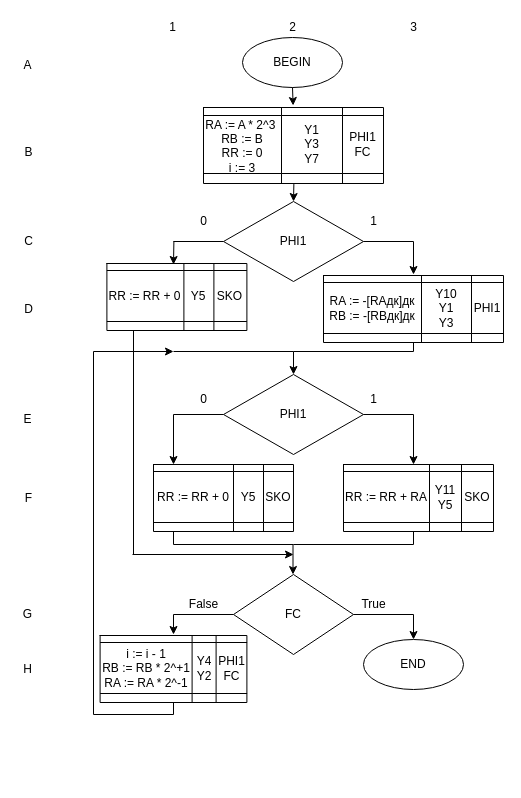
Before: Блок операций_2_Умножение_M_modified.drawio in TimurQQ/Workshop, a draw.io diagram. Source tidied: cells renumbered, new cells numbered last; positions are measured from the earlier drawing's top-left corner, leaving out a move shared by most shapes. Both pictures are drawn from the tidied source at 100%, with x=0, y=0 at pixel (17, 17).
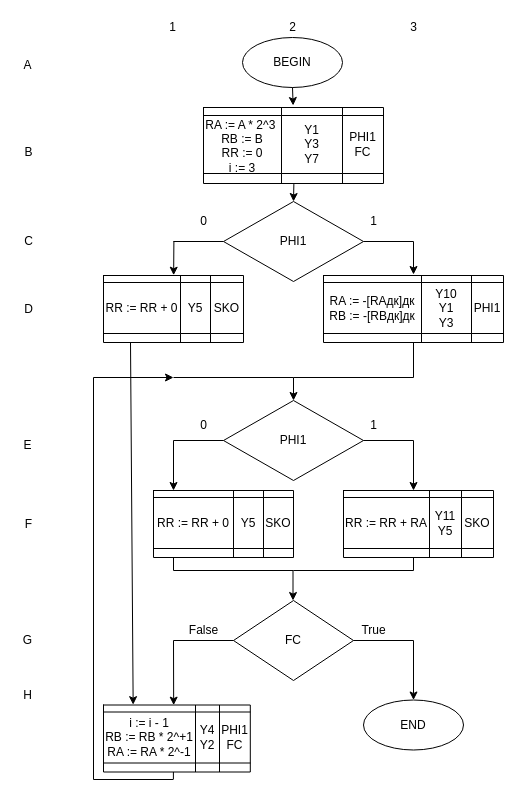
Above is the later version.

The change refers to these unchanged cells:
```xml
<mxCell id="103" style="shape=tableRow;horizontal=0;startSize=0;swimlaneHead=0;swimlaneBody=0;top=0;left=0;bottom=0;right=0;fillColor=none;points=[[0,0.5],[1,0.5]];portConstraint=eastwest;" parent="102" vertex="1">
  <mxGeometry width="146.8" height="7" as="geometry" />
</mxCell>
<mxCell id="116" style="shape=tableRow;horizontal=0;startSize=0;swimlaneHead=0;swimlaneBody=0;top=0;left=0;bottom=0;right=0;fillColor=none;points=[[0,0.5],[1,0.5]];portConstraint=eastwest;" parent="115" vertex="1">
  <mxGeometry width="140" height="7" as="geometry" />
</mxCell>
```

Change to the diagram source:
```diff
@@
     <mxCell id="6" style="endArrow=none;html=1;rounded=0;" parent="1" edge="1">
       <mxGeometry relative="1" as="geometry">
-        <mxPoint x="156" y="334" as="sourcePoint" />
-        <mxPoint x="276" y="334" as="targetPoint" />
+        <mxPoint x="156" y="360" as="sourcePoint" />
+        <mxPoint x="276" y="360" as="targetPoint" />
       </mxGeometry>
     </mxCell>
     <mxCell id="7" style="endArrow=classic;html=1;rounded=0;entryX=0.5;entryY=0;entryDx=0;entryDy=0;" parent="1" edge="1" target="12">
       <mxGeometry relative="1" as="geometry">
-        <mxPoint x="276" y="334" as="sourcePoint" />
+        <mxPoint x="276" y="360" as="sourcePoint" />
       </mxGeometry>
     </mxCell>
     <mxCell id="8" style="endArrow=none;html=1;rounded=0;entryX=0.5;entryY=1;entryDx=0;entryDy=0;" parent="1" edge="1">
       <mxGeometry relative="1" as="geometry">
-        <mxPoint x="396" y="334" as="sourcePoint" />
+        <mxPoint x="396" y="360" as="sourcePoint" />
         <mxPoint x="396" y="324" as="targetPoint" />
       </mxGeometry>
     </mxCell>
     <mxCell id="9" style="endArrow=none;html=1;rounded=0;" parent="1" edge="1">
       <mxGeometry relative="1" as="geometry">
-        <mxPoint x="276" y="334" as="sourcePoint" />
-        <mxPoint x="396" y="334" as="targetPoint" />
+        <mxPoint x="276" y="360" as="sourcePoint" />
+        <mxPoint x="396" y="360" as="targetPoint" />
       </mxGeometry>
     </mxCell>
@@
     <mxCell id="12" value="PHI1" style="rhombus;whiteSpace=wrap;html=1;strokeWidth=1;" parent="1" vertex="1">
-      <mxGeometry x="206" y="357" width="140" height="80" as="geometry" />
+      <mxGeometry x="206" y="383" width="140" height="80" as="geometry" />
     </mxCell>
     <mxCell id="13" style="endArrow=none;html=1;rounded=0;exitX=1;exitY=0.5;exitDx=0;exitDy=0;" parent="1" edge="1" source="12">
       <mxGeometry relative="1" as="geometry">
-        <mxPoint x="396" y="397" as="targetPoint" />
+        <mxPoint x="396" y="423" as="targetPoint" />
       </mxGeometry>
     </mxCell>
     <mxCell id="14" style="endArrow=none;html=1;rounded=0;exitX=0;exitY=0.5;exitDx=0;exitDy=0;" parent="1" edge="1" source="12">
       <mxGeometry relative="1" as="geometry">
-        <mxPoint x="156" y="397" as="targetPoint" />
+        <mxPoint x="156" y="423" as="targetPoint" />
       </mxGeometry>
     </mxCell>
     <mxCell id="15" value="1" style="text;html=1;align=center;verticalAlign=middle;strokeColor=none;fillColor=none;strokeWidth=1;" parent="1" vertex="1">
-      <mxGeometry x="346" y="372" width="20" height="20" as="geometry" />
+      <mxGeometry x="346" y="398" width="20" height="20" as="geometry" />
     </mxCell>
     <mxCell id="16" value="0" style="text;html=1;align=center;verticalAlign=middle;strokeColor=none;fillColor=none;" parent="1" vertex="1">
-      <mxGeometry x="176" y="372" width="20" height="20" as="geometry" />
+      <mxGeometry x="176" y="398" width="20" height="20" as="geometry" />
     </mxCell>
     <mxCell id="17" style="endArrow=classic;html=1;rounded=0;entryX=0.5;entryY=0;entryDx=0;entryDy=0;" parent="1" edge="1">
       <mxGeometry relative="1" as="geometry">
-        <mxPoint x="396" y="397" as="sourcePoint" />
-        <mxPoint x="396" y="447" as="targetPoint" />
+        <mxPoint x="396" y="423" as="sourcePoint" />
+        <mxPoint x="396" y="473" as="targetPoint" />
       </mxGeometry>
     </mxCell>
     <mxCell id="18" style="endArrow=classic;html=1;rounded=0;entryX=0.5;entryY=0;entryDx=0;entryDy=0;" parent="1" edge="1">
       <mxGeometry relative="1" as="geometry">
-        <mxPoint x="156" y="397" as="sourcePoint" />
-        <mxPoint x="156" y="447" as="targetPoint" />
+        <mxPoint x="156" y="423" as="sourcePoint" />
+        <mxPoint x="156" y="473" as="targetPoint" />
       </mxGeometry>
     </mxCell>
     <mxCell id="19" style="endArrow=none;html=1;rounded=0;exitX=0.5;exitY=1;exitDx=0;exitDy=0;" parent="1" edge="1">
       <mxGeometry relative="1" as="geometry">
-        <mxPoint x="156" y="507" as="sourcePoint" />
-        <mxPoint x="156" y="527" as="targetPoint" />
+        <mxPoint x="156" y="533" as="sourcePoint" />
+        <mxPoint x="156" y="553" as="targetPoint" />
       </mxGeometry>
     </mxCell>
     <mxCell id="20" style="endArrow=none;html=1;rounded=0;exitX=0.5;exitY=1;exitDx=0;exitDy=0;" parent="1" edge="1">
       <mxGeometry relative="1" as="geometry">
-        <mxPoint x="396" y="507" as="sourcePoint" />
-        <mxPoint x="396" y="527" as="targetPoint" />
+        <mxPoint x="396" y="533" as="sourcePoint" />
+        <mxPoint x="396" y="553" as="targetPoint" />
       </mxGeometry>
     </mxCell>
     <mxCell id="21" style="endArrow=none;html=1;rounded=0;" parent="1" edge="1">
       <mxGeometry relative="1" as="geometry">
-        <mxPoint x="156" y="527" as="sourcePoint" />
-        <mxPoint x="276" y="527" as="targetPoint" />
+        <mxPoint x="156" y="553" as="sourcePoint" />
+        <mxPoint x="276" y="553" as="targetPoint" />
       </mxGeometry>
     </mxCell>
     <mxCell id="22" style="endArrow=none;html=1;rounded=0;" parent="1" edge="1">
       <mxGeometry relative="1" as="geometry">
-        <mxPoint x="276" y="527" as="sourcePoint" />
-        <mxPoint x="396" y="527" as="targetPoint" />
+        <mxPoint x="276" y="553" as="sourcePoint" />
+        <mxPoint x="396" y="553" as="targetPoint" />
       </mxGeometry>
     </mxCell>
     <mxCell id="23" style="endArrow=classic;html=1;rounded=0;" parent="1" edge="1">
       <mxGeometry relative="1" as="geometry">
-        <mxPoint x="275.5" y="527" as="sourcePoint" />
-        <mxPoint x="275.5" y="557" as="targetPoint" />
+        <mxPoint x="275.5" y="553" as="sourcePoint" />
+        <mxPoint x="275.5" y="583" as="targetPoint" />
       </mxGeometry>
     </mxCell>
     <mxCell id="24" value="FC" style="rhombus;whiteSpace=wrap;html=1;strokeWidth=1;" parent="1" vertex="1">
-      <mxGeometry x="216" y="557" width="120" height="80" as="geometry" />
+      <mxGeometry x="216" y="583" width="120" height="80" as="geometry" />
     </mxCell>
     <mxCell id="25" style="endArrow=none;html=1;rounded=0;entryX=1;entryY=0.5;entryDx=0;entryDy=0;" parent="1" edge="1" target="24">
       <mxGeometry relative="1" as="geometry">
-        <mxPoint x="396" y="597" as="sourcePoint" />
+        <mxPoint x="396" y="623" as="sourcePoint" />
       </mxGeometry>
     </mxCell>
     <mxCell id="26" style="endArrow=none;html=1;rounded=0;entryX=0;entryY=0.5;entryDx=0;entryDy=0;" parent="1" edge="1" target="24">
       <mxGeometry relative="1" as="geometry">
-        <mxPoint x="156" y="597" as="sourcePoint" />
+        <mxPoint x="156" y="623" as="sourcePoint" />
       </mxGeometry>
     </mxCell>
     <mxCell id="27" value="True" style="text;html=1;align=center;verticalAlign=middle;strokeColor=none;fillColor=none;" parent="1" vertex="1">
-      <mxGeometry x="336" y="577" width="40" height="20" as="geometry" />
+      <mxGeometry x="336" y="603" width="40" height="20" as="geometry" />
     </mxCell>
     <mxCell id="28" value="False" style="text;html=1;align=center;verticalAlign=middle;strokeColor=none;fillColor=none;" parent="1" vertex="1">
-      <mxGeometry x="166" y="577" width="40" height="20" as="geometry" />
+      <mxGeometry x="166" y="603" width="40" height="20" as="geometry" />
     </mxCell>
     <mxCell id="29" style="endArrow=classic;html=1;rounded=0;" parent="1" edge="1" target="30">
       <mxGeometry relative="1" as="geometry">
-        <mxPoint x="396" y="597" as="sourcePoint" />
+        <mxPoint x="396" y="623" as="sourcePoint" />
       </mxGeometry>
     </mxCell>
     <mxCell id="30" value="END" style="ellipse;whiteSpace=wrap;html=1;strokeWidth=1;" parent="1" vertex="1">
-      <mxGeometry x="346" y="622" width="100" height="50" as="geometry" />
+      <mxGeometry x="346" y="682.5" width="100" height="50" as="geometry" />
     </mxCell>
-    <mxCell id="31" style="endArrow=classic;html=1;rounded=0;entryX=0.5;entryY=0;entryDx=0;entryDy=0;" parent="1" edge="1">
+    <mxCell id="31" style="endArrow=classic;html=1;rounded=0;entryX=0.478;entryY=0.002;entryDx=0;entryDy=0;entryPerimeter=0;" parent="1" edge="1" target="102">
       <mxGeometry relative="1" as="geometry">
-        <mxPoint x="156" y="597" as="sourcePoint" />
-        <mxPoint x="156" y="617" as="targetPoint" />
+        <mxPoint x="156" y="623" as="sourcePoint" />
       </mxGeometry>
     </mxCell>
     <mxCell id="32" style="endArrow=none;html=1;rounded=0;exitX=0.5;exitY=1;exitDx=0;exitDy=0;" parent="1" edge="1">
       <mxGeometry relative="1" as="geometry">
-        <mxPoint x="156" y="677" as="sourcePoint" />
-        <mxPoint x="156" y="697" as="targetPoint" />
+        <mxPoint x="155.9" y="741.5" as="sourcePoint" />
+        <mxPoint x="155.9" y="761.5" as="targetPoint" />
       </mxGeometry>
     </mxCell>
     <mxCell id="33" style="endArrow=none;html=1;rounded=0;" parent="1" edge="1">
       <mxGeometry relative="1" as="geometry">
-        <mxPoint x="156" y="697" as="sourcePoint" />
-        <mxPoint x="76" y="697" as="targetPoint" />
+        <mxPoint x="156" y="762" as="sourcePoint" />
+        <mxPoint x="76" y="762" as="targetPoint" />
       </mxGeometry>
     </mxCell>
     <mxCell id="34" style="endArrow=none;html=1;rounded=0;" parent="1" edge="1">
       <mxGeometry relative="1" as="geometry">
-        <mxPoint x="76" y="697" as="sourcePoint" />
-        <mxPoint x="76" y="334" as="targetPoint" />
+        <mxPoint x="76" y="762" as="sourcePoint" />
+        <mxPoint x="76" y="360" as="targetPoint" />
       </mxGeometry>
     </mxCell>
     <mxCell id="35" style="endArrow=classic;html=1;rounded=0;" parent="1" edge="1">
       <mxGeometry relative="1" as="geometry">
-        <mxPoint x="76" y="334" as="sourcePoint" />
-        <mxPoint x="156" y="334" as="targetPoint" />
+        <mxPoint x="76" y="360" as="sourcePoint" />
+        <mxPoint x="156" y="360" as="targetPoint" />
       </mxGeometry>
     </mxCell>
@@
     <mxCell id="45" value="E" style="text;html=1;align=center;verticalAlign=middle;strokeColor=none;fillColor=none;" parent="1" vertex="1">
-      <mxGeometry y="392" width="20" height="20" as="geometry" />
+      <mxGeometry y="418" width="20" height="20" as="geometry" />
     </mxCell>
     <mxCell id="46" value="F" style="text;html=1;align=center;verticalAlign=middle;strokeColor=none;fillColor=none;" parent="1" vertex="1">
-      <mxGeometry x="1" y="470.5" width="20" height="20" as="geometry" />
+      <mxGeometry x="1" y="496.5" width="20" height="20" as="geometry" />
     </mxCell>
     <mxCell id="47" value="G" style="text;html=1;align=center;verticalAlign=middle;strokeColor=none;fillColor=none;" parent="1" vertex="1">
-      <mxGeometry y="587" width="20" height="20" as="geometry" />
+      <mxGeometry y="613" width="20" height="20" as="geometry" />
     </mxCell>
     <mxCell id="48" value="H" style="text;html=1;align=center;verticalAlign=middle;strokeColor=none;fillColor=none;" parent="1" vertex="1">
-      <mxGeometry y="641.5" width="20" height="20" as="geometry" />
+      <mxGeometry y="667.5" width="20" height="20" as="geometry" />
     </mxCell>
@@
     <mxCell id="76" style="shape=table;html=1;whiteSpace=wrap;startSize=0;childLayout=tableLayout;" parent="1" vertex="1">
-      <mxGeometry x="326" y="447" width="150" height="67" as="geometry" />
+      <mxGeometry x="326" y="473" width="150" height="67" as="geometry" />
     </mxCell>
@@
     <mxCell id="89" style="shape=table;html=1;whiteSpace=wrap;startSize=0;childLayout=tableLayout;" parent="1" vertex="1">
-      <mxGeometry x="136" y="447" width="140" height="67" as="geometry" />
+      <mxGeometry x="136" y="473" width="140" height="67" as="geometry" />
     </mxCell>
@@
     <mxCell id="102" style="shape=table;html=1;whiteSpace=wrap;startSize=0;childLayout=tableLayout;" parent="1" vertex="1">
-      <mxGeometry x="82.6" y="618" width="146.8" height="67" as="geometry" />
+      <mxGeometry x="86" y="687.5" width="146.8" height="67" as="geometry" />
     </mxCell>
@@
     <mxCell id="115" style="shape=table;html=1;whiteSpace=wrap;startSize=0;childLayout=tableLayout;" parent="1" vertex="1">
-      <mxGeometry x="89.4" y="246" width="140" height="67" as="geometry" />
+      <mxGeometry x="86" y="258" width="140" height="67" as="geometry" />
     </mxCell>
@@
-    <mxCell id="128" style="endArrow=classic;html=1;rounded=0;exitX=0.502;exitY=1.056;exitDx=0;exitDy=0;exitPerimeter=0;" parent="1" edge="1">
+    <mxCell id="128" style="endArrow=classic;html=1;rounded=0;exitX=0.502;exitY=1.056;exitDx=0;exitDy=0;exitPerimeter=0;entryX=0.501;entryY=-0.042;entryDx=0;entryDy=0;entryPerimeter=0;" parent="1" edge="1" target="116">
       <mxGeometry relative="1" as="geometry">
         <mxPoint x="156.4" y="223.6" as="sourcePoint" />
-        <mxPoint x="156" y="247" as="targetPoint" />
       </mxGeometry>
     </mxCell>
-    <mxCell id="129" style="endArrow=none;html=1;rounded=0;" parent="1" edge="1">
-      <mxGeometry relative="1" as="geometry">
-        <mxPoint x="116" y="537" as="sourcePoint" />
-        <mxPoint x="116" y="313" as="targetPoint" />
-      </mxGeometry>
-    </mxCell>
-    <mxCell id="130" style="endArrow=classic;html=1;rounded=0;" parent="1" edge="1">
-      <mxGeometry relative="1" as="geometry">
-        <mxPoint x="115" y="537" as="sourcePoint" />
-        <mxPoint x="276" y="537" as="targetPoint" />
-      </mxGeometry>
-    </mxCell>
+    <mxCell id="131" style="endArrow=classic;html=1;rounded=0;entryX=0.202;entryY=-0.048;entryDx=0;entryDy=0;entryPerimeter=0;" parent="1" edge="1" target="103">
+      <mxGeometry relative="1" as="geometry">
+        <mxPoint x="113" y="325" as="sourcePoint" />
+      </mxGeometry>
+    </mxCell>
```
